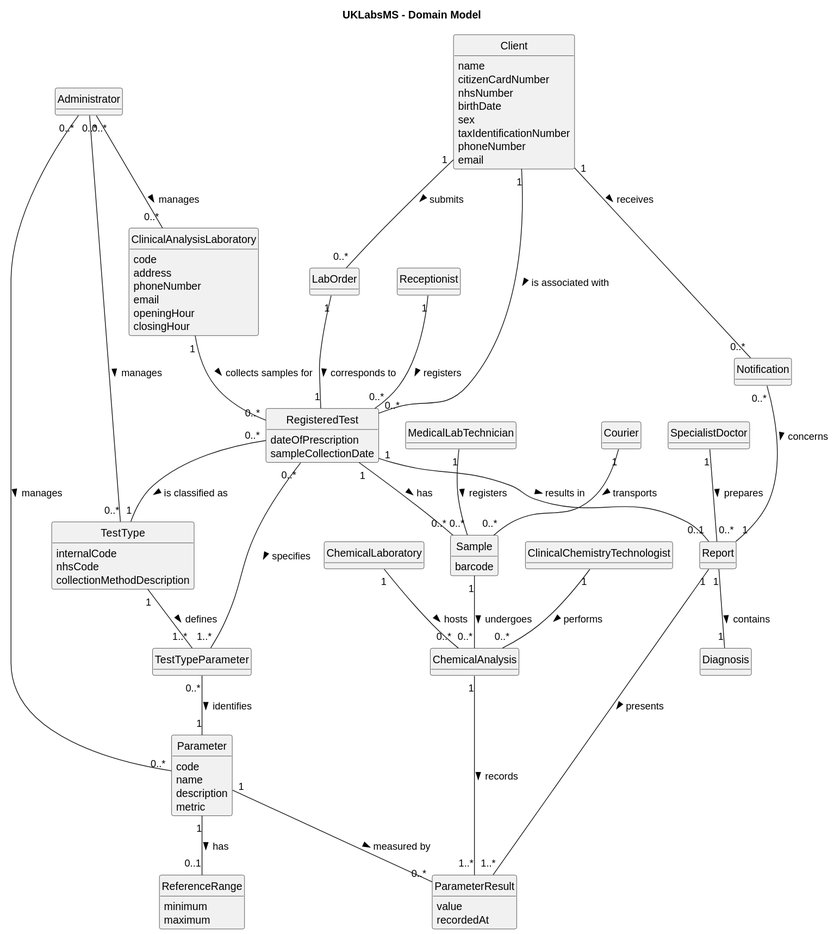
This is docs/system-documentation/global-artifacts/svg/DM.svg from jmaia574/leti-esoft-26-27-B6, a PlantUML export, as it was before one commit.
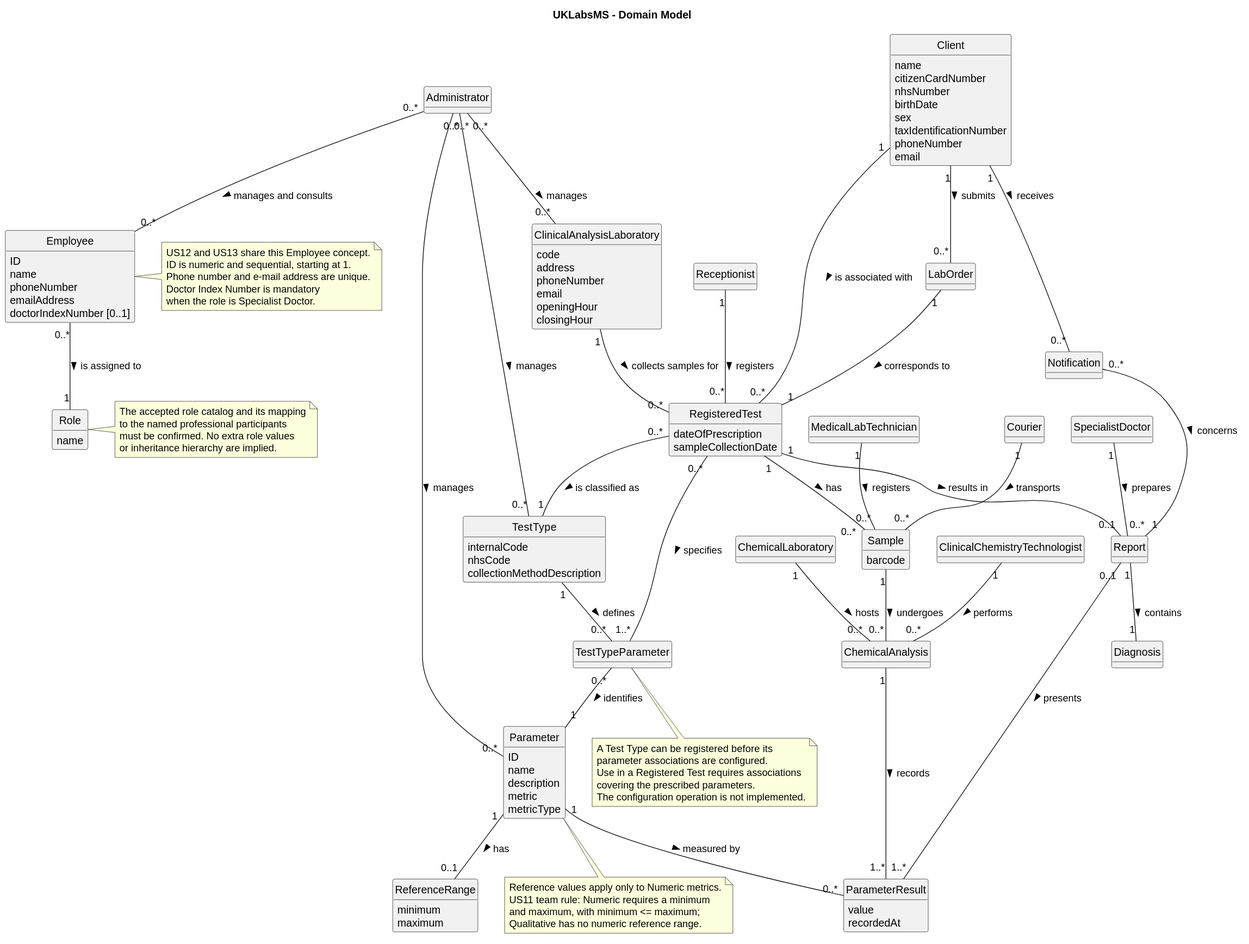
The same diagram one commit later.

The edit, as a diff of the source:
```diff
@@ -23,6 +23,18 @@
 class SpecialistDoctor
 class Courier
 
+class Employee {
+    ID
+    name
+    phoneNumber
+    emailAddress
+    doctorIndexNumber [0..1]
+}
+
+class Role {
+    name
+}
+
 class ClinicalAnalysisLaboratory {
     code
     address
@@ -47,10 +59,11 @@
 }
 
 class Parameter {
-    code
+    ID
     name
     description
     metric
+    metricType
 }
 
 class TestTypeParameter
@@ -83,7 +96,7 @@
 RegisteredTest "0..*" -- "1" TestType : is classified as >
 ClinicalAnalysisLaboratory "1" -- "0..*" RegisteredTest : collects samples for >
 
-TestType "1" -- "1..*" TestTypeParameter : defines >
+TestType "1" -- "0..*" TestTypeParameter : defines >
 TestTypeParameter "0..*" -- "1" Parameter : identifies >
 RegisteredTest "0..*" -- "1..*" TestTypeParameter : specifies >
 Parameter "1" -- "0..1" ReferenceRange : has >
@@ -101,7 +114,7 @@
 
 RegisteredTest "1" -- "0..1" Report : results in >
 Report "1" -- "1" Diagnosis : contains >
-Report "1" -- "1..*" ParameterResult : presents >
+Report "0..1" -- "1..*" ParameterResult : presents >
 SpecialistDoctor "1" -- "0..*" Report : prepares >
 
 Client "1" -- "0..*" Notification : receives >
@@ -110,4 +123,36 @@
 Administrator "0..*" -- "0..*" TestType : manages >
 Administrator "0..*" -- "0..*" Parameter : manages >
 Administrator "0..*" -- "0..*" ClinicalAnalysisLaboratory : manages >
+Administrator "0..*" -- "0..*" Employee : manages and consults >
+Employee "0..*" -- "1" Role : is assigned to >
+
+note right of Employee
+US12 and US13 share this Employee concept.
+ID is numeric and sequential, starting at 1.
+Phone number and e-mail address are unique.
+Doctor Index Number is mandatory
+when the role is Specialist Doctor.
+end note
+
+note right of Role
+The accepted role catalog and its mapping
+to the named professional participants
+must be confirmed. No extra role values
+or inheritance hierarchy are implied.
+end note
+
+note bottom of Parameter
+Reference values apply only to Numeric metrics.
+US11 team rule: Numeric requires a minimum
+and maximum, with minimum <= maximum;
+Qualitative has no numeric reference range.
+end note
+
+note bottom of TestTypeParameter
+A Test Type can be registered before its
+parameter associations are configured.
+Use in a Registered Test requires associations
+covering the prescribed parameters.
+The configuration operation is not implemented.
+end note
 @enduml
```
